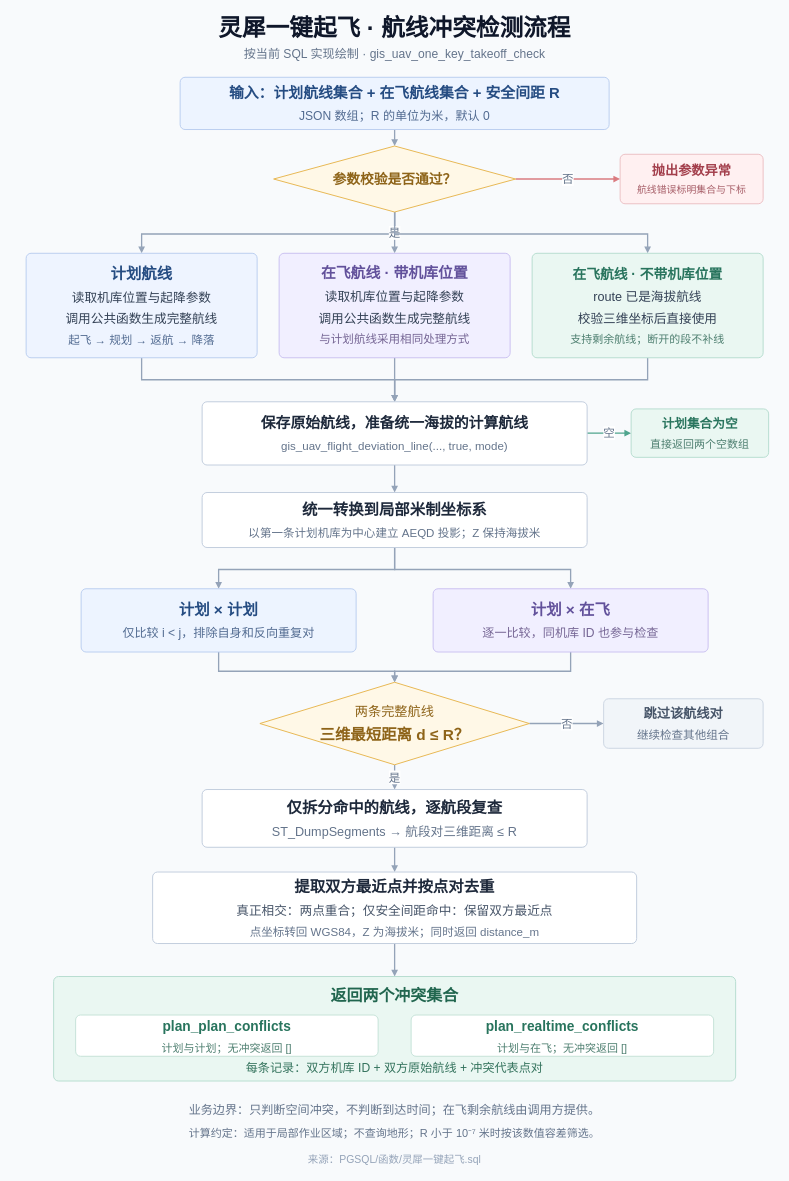
The draw.io diagram output/流程图/灵犀一键起飞流程图.drawio in 392697637/dajiangData, before the edit. Source tidied: cells renumbered, new cells numbered last; positions are measured from the earlier drawing's top-left corner, leaving out a move shared by most shapes. Both pictures are drawn from the tidied source at 55%, with x=0, y=0 at pixel (9, 9).
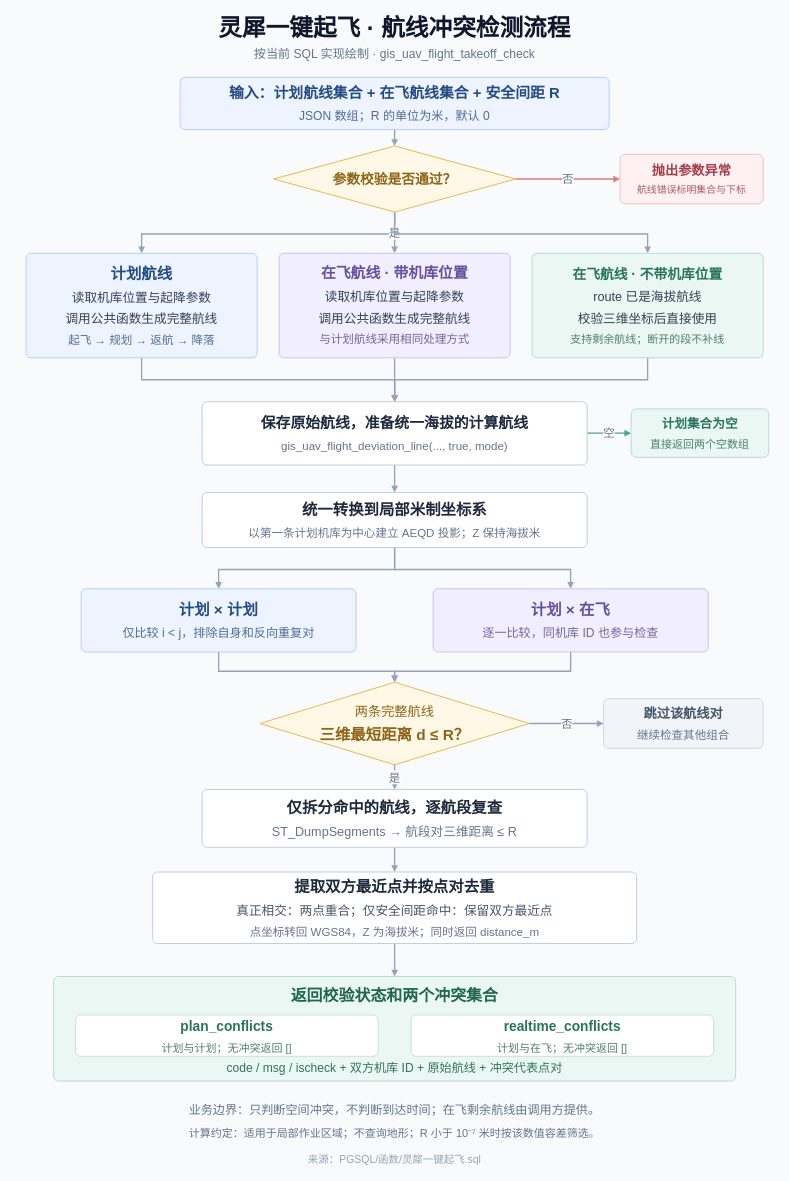
After the change.

Unchanged cells that the change refers to:
```xml
<mxCell id="35" value="&lt;div style=&quot;text-align:center;&quot;&gt;&lt;/div&gt;" style="rounded=1;arcSize=18;absoluteArcSize=1;html=1;whiteSpace=wrap;fillColor=#EAF7F2;strokeColor=#B5DCCE;strokeWidth=1.7;fontFamily=Microsoft YaHei;align=center;verticalAlign=middle;spacing=8;" parent="1" vertex="1">
  <mxGeometry x="80" y="1758" width="1240" height="190" as="geometry" />
</mxCell>
```

Diff of the diagram source:
```diff
@@
-    <mxCell id="36" value="&lt;div style=&quot;text-align:center;&quot;&gt;&lt;div style=&quot;font-size:25px;color:#28745D;font-weight:700;line-height:1.4;margin-top:0px;&quot;&gt;plan_plan_conflicts&lt;/div&gt;&lt;div style=&quot;font-size:20px;color:#4E7F70;font-weight:400;line-height:1.4;margin-top:7px;&quot;&gt;计划与计划；无冲突返回 []&lt;/div&gt;&lt;/div&gt;" style="rounded=1;arcSize=18;absoluteArcSize=1;html=1;whiteSpace=wrap;fillColor=#FFFFFF;strokeColor=#C4E2D7;strokeWidth=1.7;fontFamily=Microsoft YaHei;align=center;verticalAlign=middle;spacing=8;" parent="35" vertex="1">
+    <mxCell id="36" value="&lt;div style=&quot;text-align:center;&quot;&gt;&lt;div style=&quot;font-size:25px;color:#28745D;font-weight:700;line-height:1.4;margin-top:0px;&quot;&gt;plan_conflicts&lt;/div&gt;&lt;div style=&quot;font-size:20px;color:#4E7F70;font-weight:400;line-height:1.4;margin-top:7px;&quot;&gt;计划与计划；无冲突返回 []&lt;/div&gt;&lt;/div&gt;" style="rounded=1;arcSize=18;absoluteArcSize=1;html=1;whiteSpace=wrap;fillColor=#FFFFFF;strokeColor=#C4E2D7;strokeWidth=1.7;fontFamily=Microsoft YaHei;align=center;verticalAlign=middle;spacing=8;" parent="35" vertex="1">
       <mxGeometry x="40" y="70" width="550" height="75" as="geometry" />
     </mxCell>
-    <mxCell id="37" value="&lt;div style=&quot;text-align:center;&quot;&gt;&lt;div style=&quot;font-size:25px;color:#28745D;font-weight:700;line-height:1.4;margin-top:0px;&quot;&gt;plan_realtime_conflicts&lt;/div&gt;&lt;div style=&quot;font-size:20px;color:#4E7F70;font-weight:400;line-height:1.4;margin-top:7px;&quot;&gt;计划与在飞；无冲突返回 []&lt;/div&gt;&lt;/div&gt;" style="rounded=1;arcSize=18;absoluteArcSize=1;html=1;whiteSpace=wrap;fillColor=#FFFFFF;strokeColor=#C4E2D7;strokeWidth=1.7;fontFamily=Microsoft YaHei;align=center;verticalAlign=middle;spacing=8;" parent="35" vertex="1">
+    <mxCell id="37" value="&lt;div style=&quot;text-align:center;&quot;&gt;&lt;div style=&quot;font-size:25px;color:#28745D;font-weight:700;line-height:1.4;margin-top:0px;&quot;&gt;realtime_conflicts&lt;/div&gt;&lt;div style=&quot;font-size:20px;color:#4E7F70;font-weight:400;line-height:1.4;margin-top:7px;&quot;&gt;计划与在飞；无冲突返回 []&lt;/div&gt;&lt;/div&gt;" style="rounded=1;arcSize=18;absoluteArcSize=1;html=1;whiteSpace=wrap;fillColor=#FFFFFF;strokeColor=#C4E2D7;strokeWidth=1.7;fontFamily=Microsoft YaHei;align=center;verticalAlign=middle;spacing=8;" parent="35" vertex="1">
       <mxGeometry x="650" y="70" width="550" height="75" as="geometry" />
     </mxCell>
@@
-    <mxCell id="39" value="按当前 SQL 实现绘制 · gis_uav_one_key_takeoff_check" style="text;html=1;whiteSpace=wrap;strokeColor=none;fillColor=none;align=center;verticalAlign=middle;fontFamily=Microsoft YaHei;fontSize=22;fontColor=#64748B;fontStyle=0;" parent="1" vertex="1">
+    <mxCell id="39" value="按当前 SQL 实现绘制 · gis_uav_flight_takeoff_check" style="text;html=1;whiteSpace=wrap;strokeColor=none;fillColor=none;align=center;verticalAlign=middle;fontFamily=Microsoft YaHei;fontSize=22;fontColor=#64748B;fontStyle=0;" parent="1" vertex="1">
       <mxGeometry y="58" width="1400" height="45" as="geometry" />
     </mxCell>
-    <mxCell id="40" value="返回两个冲突集合" style="text;html=1;whiteSpace=wrap;strokeColor=none;fillColor=none;align=center;verticalAlign=middle;fontFamily=Microsoft YaHei;fontSize=29;fontColor=#21664F;fontStyle=1;" parent="35" vertex="1">
+    <mxCell id="40" value="返回校验状态和两个冲突集合" style="text;html=1;whiteSpace=wrap;strokeColor=none;fillColor=none;align=center;verticalAlign=middle;fontFamily=Microsoft YaHei;fontSize=29;fontColor=#21664F;fontStyle=1;" parent="35" vertex="1">
       <mxGeometry x="20" y="10" width="1200" height="50" as="geometry" />
     </mxCell>
-    <mxCell id="41" value="每条记录：双方机库 ID + 双方原始航线 + 冲突代表点对" style="text;html=1;whiteSpace=wrap;strokeColor=none;fillColor=none;align=center;verticalAlign=middle;fontFamily=Microsoft YaHei;fontSize=22;fontColor=#34735D;fontStyle=0;" parent="35" vertex="1">
+    <mxCell id="41" value="code / msg / ischeck + 双方机库 ID + 原始航线 + 冲突代表点对" style="text;html=1;whiteSpace=wrap;strokeColor=none;fillColor=none;align=center;verticalAlign=middle;fontFamily=Microsoft YaHei;fontSize=22;fontColor=#34735D;fontStyle=0;" parent="35" vertex="1">
       <mxGeometry x="20" y="142" width="1200" height="50" as="geometry" />
     </mxCell>
```
